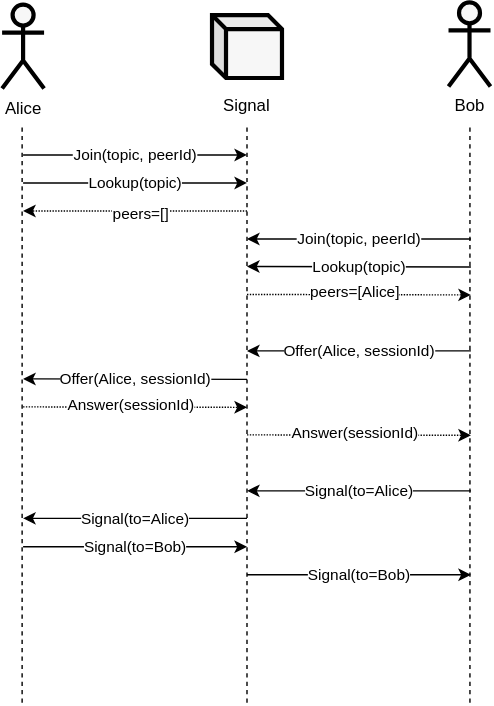
This is docs/design/diagrams/mesh-signaling-sequence.drawio.svg from dxos/dxos, a draw.io export, as it was before one commit. Source tidied: cells renumbered, new cells last; positions are measured from the earlier drawing's top-left corner, leaving out a move shared by most shapes.
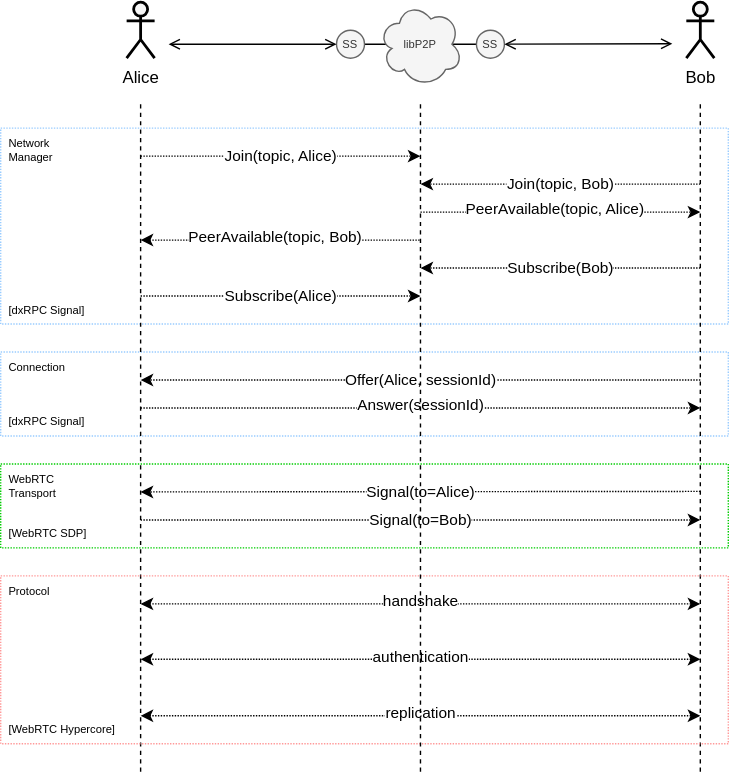
The same diagram one commit later.

The edit, as a diff of the source:
```diff
@@ -2,131 +2,179 @@
   <root>
     <mxCell id="0" />
     <mxCell id="1" parent="0" />
+    <mxCell id="27" value="WebRTC&lt;br&gt;Transport" style="rounded=0;whiteSpace=wrap;html=1;fillColor=none;dashed=1;dashPattern=1 1;align=left;verticalAlign=top;fontSize=8;spacingLeft=4;spacingRight=4;strokeColor=#00CC00;" parent="1" vertex="1">
+      <mxGeometry x="-100" y="330" width="520" height="60" as="geometry" />
+    </mxCell>
+    <mxCell id="28" value="Connection" style="rounded=0;whiteSpace=wrap;html=1;fillColor=none;dashed=1;dashPattern=1 1;align=left;verticalAlign=top;fontSize=8;spacingLeft=4;spacingRight=4;strokeColor=#99CCFF;" parent="1" vertex="1">
+      <mxGeometry x="-100" y="250" width="520" height="60" as="geometry" />
+    </mxCell>
+    <mxCell id="29" value="Network&lt;br&gt;Manager" style="rounded=0;whiteSpace=wrap;html=1;fillColor=none;dashed=1;dashPattern=1 1;align=left;verticalAlign=top;fontSize=8;spacingLeft=4;spacingRight=4;strokeColor=#99CCFF;" parent="1" vertex="1">
+      <mxGeometry x="-100" y="90" width="520" height="140" as="geometry" />
+    </mxCell>
-    <mxCell id="2" value="Alice" style="shape=umlActor;verticalLabelPosition=bottom;verticalAlign=top;html=1;strokeWidth=3;fillColor=#F7F7F7;" parent="1" vertex="1">
-      <mxGeometry y="1.5" width="30" height="60" as="geometry" />
+    <mxCell id="2" value="Alice" style="shape=umlActor;verticalLabelPosition=bottom;verticalAlign=top;html=1;strokeWidth=2;fillColor=#F7F7F7;" parent="1" vertex="1">
+      <mxGeometry x="-10" width="20" height="40" as="geometry" />
     </mxCell>
-    <mxCell id="3" style="shape=cube;whiteSpace=wrap;html=1;boundedLbl=1;backgroundOutline=1;darkOpacity=0.05;darkOpacity2=0.1;strokeWidth=3;fillColor=#F7F7F7;size=10;" parent="1" vertex="1">
-      <mxGeometry x="150" y="9" width="50" height="45" as="geometry" />
-    </mxCell>
-    <mxCell id="4" value="Signal" style="text;html=1;strokeColor=none;fillColor=none;align=center;verticalAlign=middle;whiteSpace=wrap;rounded=0;" parent="1" vertex="1">
-      <mxGeometry x="145" y="59" width="60" height="30" as="geometry" />
-    </mxCell>
-    <mxCell id="5" value="Bob" style="shape=umlActor;verticalLabelPosition=bottom;verticalAlign=top;html=1;strokeWidth=3;fillColor=#F7F7F7;" parent="1" vertex="1">
-      <mxGeometry x="319" width="30" height="60" as="geometry" />
+    <mxCell id="5" value="Bob" style="shape=umlActor;verticalLabelPosition=bottom;verticalAlign=top;html=1;strokeWidth=2;fillColor=#F7F7F7;" parent="1" vertex="1">
+      <mxGeometry x="390" width="20" height="40" as="geometry" />
     </mxCell>
     <mxCell id="6" style="endArrow=none;dashed=1;html=1;rounded=0;strokeWidth=1;" parent="1" edge="1">
       <mxGeometry relative="1" as="geometry">
-        <mxPoint x="14.3" y="500.4" as="sourcePoint" />
-        <mxPoint x="14.3" y="89" as="targetPoint" />
+        <mxPoint y="550" as="sourcePoint" />
+        <mxPoint y="70" as="targetPoint" />
       </mxGeometry>
     </mxCell>
-    <mxCell id="7" style="endArrow=none;dashed=1;html=1;rounded=0;strokeWidth=1;" parent="1" edge="1">
-      <mxGeometry relative="1" as="geometry">
-        <mxPoint x="175" y="500.4" as="sourcePoint" />
-        <mxPoint x="175" y="89" as="targetPoint" />
-      </mxGeometry>
-    </mxCell>
     <mxCell id="8" style="endArrow=none;dashed=1;html=1;rounded=0;strokeWidth=1;" parent="1" edge="1">
       <mxGeometry relative="1" as="geometry">
-        <mxPoint x="334.3" y="500.4" as="sourcePoint" />
-        <mxPoint x="334.3" y="89" as="targetPoint" />
+        <mxPoint x="400" y="550" as="sourcePoint" />
+        <mxPoint x="400" y="70" as="targetPoint" />
       </mxGeometry>
     </mxCell>
-    <mxCell id="9" value="Join(topic, peerId)" style="endArrow=classic;html=1;rounded=0;strokeWidth=1;" parent="1" edge="1">
+    <mxCell id="9" value="Join(topic, Alice)" style="endArrow=classic;html=1;rounded=0;strokeWidth=1;dashed=1;dashPattern=1 1;" parent="1" edge="1">
       <mxGeometry relative="1" as="geometry">
-        <mxPoint x="15" y="109" as="sourcePoint" />
-        <mxPoint x="175" y="109" as="targetPoint" />
+        <mxPoint y="110" as="sourcePoint" />
+        <mxPoint x="200" y="110" as="targetPoint" />
       </mxGeometry>
     </mxCell>
-    <mxCell id="10" value="Join(topic, peerId)" style="endArrow=classic;html=1;rounded=0;strokeWidth=1;" parent="1" edge="1">
+    <mxCell id="10" value="Join(topic, Bob)" style="endArrow=classic;html=1;rounded=0;strokeWidth=1;dashed=1;dashPattern=1 1;" parent="1" edge="1">
       <mxGeometry relative="1" as="geometry">
-        <mxPoint x="335" y="169" as="sourcePoint" />
-        <mxPoint x="175" y="169" as="targetPoint" />
+        <mxPoint x="400" y="130" as="sourcePoint" />
+        <mxPoint x="200" y="130" as="targetPoint" />
       </mxGeometry>
     </mxCell>
-    <mxCell id="11" value="Lookup(topic)" style="endArrow=classic;html=1;rounded=0;strokeWidth=1;" parent="1" edge="1">
-      <mxGeometry relative="1" as="geometry">
-        <mxPoint x="15" y="129" as="sourcePoint" />
-        <mxPoint x="175" y="129" as="targetPoint" />
-      </mxGeometry>
-    </mxCell>
-    <mxCell id="12" style="endArrow=classic;html=1;rounded=0;strokeWidth=1;dashed=1;dashPattern=1 1;" parent="1" edge="1">
-      <mxGeometry relative="1" as="geometry">
-        <mxPoint x="175" y="149" as="sourcePoint" />
-        <mxPoint x="15" y="149" as="targetPoint" />
-      </mxGeometry>
-    </mxCell>
-    <mxCell id="13" value="peers=[]" style="edgeLabel;html=1;align=center;verticalAlign=middle;" parent="12" vertex="1">
-      <mxGeometry x="-0.05" y="2" relative="1" as="geometry" />
-    </mxCell>
-    <mxCell id="14" value="Lookup(topic)" style="endArrow=classic;html=1;rounded=0;strokeWidth=1;" parent="1" edge="1">
-      <mxGeometry relative="1" as="geometry">
-        <mxPoint x="335" y="189" as="sourcePoint" />
-        <mxPoint x="175" y="188.7" as="targetPoint" />
-      </mxGeometry>
-    </mxCell>
     <mxCell id="15" style="endArrow=classic;html=1;rounded=0;strokeWidth=1;dashed=1;dashPattern=1 1;" parent="1" edge="1">
       <mxGeometry relative="1" as="geometry">
-        <mxPoint x="175" y="208.7" as="sourcePoint" />
-        <mxPoint x="335" y="209" as="targetPoint" />
+        <mxPoint x="200" y="150" as="sourcePoint" />
+        <mxPoint x="400" y="150" as="targetPoint" />
       </mxGeometry>
     </mxCell>
-    <mxCell id="16" value="peers=[Alice]" style="edgeLabel;html=1;align=center;verticalAlign=middle;" parent="15" vertex="1">
+    <mxCell id="16" value="PeerAvailable(topic, Alice)" style="edgeLabel;html=1;align=center;verticalAlign=middle;" parent="15" vertex="1">
       <mxGeometry x="-0.05" y="2" relative="1" as="geometry" />
     </mxCell>
-    <mxCell id="17" value="Offer(Alice, sessionId)" style="endArrow=classic;html=1;rounded=0;strokeWidth=1;" parent="1" edge="1">
+    <mxCell id="17" value="Offer(Alice, sessionId)" style="endArrow=classic;html=1;rounded=0;strokeWidth=1;dashed=1;dashPattern=1 1;" parent="1" edge="1">
       <mxGeometry relative="1" as="geometry">
-        <mxPoint x="335" y="249" as="sourcePoint" />
-        <mxPoint x="175" y="249" as="targetPoint" />
+        <mxPoint x="400" y="270" as="sourcePoint" />
+        <mxPoint y="270" as="targetPoint" />
       </mxGeometry>
     </mxCell>
-    <mxCell id="18" value="Offer(Alice, sessionId)" style="endArrow=classic;html=1;rounded=0;strokeWidth=1;" parent="1" edge="1">
-      <mxGeometry relative="1" as="geometry">
-        <mxPoint x="175" y="269.3" as="sourcePoint" />
-        <mxPoint x="15" y="269" as="targetPoint" />
-      </mxGeometry>
-    </mxCell>
     <mxCell id="19" style="endArrow=classic;html=1;rounded=0;strokeWidth=1;dashed=1;dashPattern=1 1;" parent="1" edge="1">
       <mxGeometry relative="1" as="geometry">
-        <mxPoint x="15" y="289" as="sourcePoint" />
-        <mxPoint x="175" y="289.3" as="targetPoint" />
+        <mxPoint y="290" as="sourcePoint" />
+        <mxPoint x="400" y="290" as="targetPoint" />
       </mxGeometry>
     </mxCell>
     <mxCell id="20" value="Answer(sessionId)" style="edgeLabel;html=1;align=center;verticalAlign=middle;" parent="19" vertex="1">
-      <mxGeometry x="-0.05" y="2" relative="1" as="geometry" />
+      <mxGeometry x="-0.05" y="2" relative="1" as="geometry">
+        <mxPoint x="10" as="offset" />
+      </mxGeometry>
     </mxCell>
-    <mxCell id="21" style="endArrow=classic;html=1;rounded=0;strokeWidth=1;dashed=1;dashPattern=1 1;" parent="1" edge="1">
-      <mxGeometry relative="1" as="geometry">
-        <mxPoint x="175" y="309" as="sourcePoint" />
-        <mxPoint x="335" y="309.3" as="targetPoint" />
-      </mxGeometry>
-    </mxCell>
-    <mxCell id="22" value="Answer(sessionId)" style="edgeLabel;html=1;align=center;verticalAlign=middle;" parent="21" vertex="1">
-      <mxGeometry x="-0.05" y="2" relative="1" as="geometry" />
-    </mxCell>
-    <mxCell id="23" value="Signal(to=Alice)" style="endArrow=classic;html=1;rounded=0;strokeWidth=1;" parent="1" edge="1">
+    <mxCell id="23" value="Signal(to=Alice)" style="endArrow=classic;html=1;rounded=0;strokeWidth=1;dashed=1;dashPattern=1 1;" parent="1" edge="1">
       <mxGeometry relative="1" as="geometry">
-        <mxPoint x="335" y="349" as="sourcePoint" />
-        <mxPoint x="175" y="349" as="targetPoint" />
+        <mxPoint x="400" y="349.6" as="sourcePoint" />
+        <mxPoint y="350" as="targetPoint" />
       </mxGeometry>
     </mxCell>
-    <mxCell id="24" value="Signal(to=Alice)" style="endArrow=classic;html=1;rounded=0;strokeWidth=1;" parent="1" edge="1">
-      <mxGeometry relative="1" as="geometry">
-        <mxPoint x="175" y="368.7" as="sourcePoint" />
-        <mxPoint x="15" y="368.7" as="targetPoint" />
-      </mxGeometry>
-    </mxCell>
-    <mxCell id="25" value="Signal(to=Bob)" style="endArrow=classic;html=1;rounded=0;strokeWidth=1;" parent="1" edge="1">
-      <mxGeometry relative="1" as="geometry">
-        <mxPoint x="15" y="389" as="sourcePoint" />
-        <mxPoint x="175" y="389" as="targetPoint" />
-      </mxGeometry>
-    </mxCell>
-    <mxCell id="26" value="Signal(to=Bob)" style="endArrow=classic;html=1;rounded=0;strokeWidth=1;" parent="1" edge="1">
+    <mxCell id="26" value="Signal(to=Bob)" style="endArrow=classic;html=1;rounded=0;strokeWidth=1;dashed=1;dashPattern=1 1;" parent="1" edge="1">
       <mxGeometry relative="1" as="geometry">
-        <mxPoint x="175" y="409" as="sourcePoint" />
-        <mxPoint x="335" y="409" as="targetPoint" />
+        <mxPoint y="370" as="sourcePoint" />
+        <mxPoint x="400" y="370" as="targetPoint" />
       </mxGeometry>
     </mxCell>
+    <mxCell id="30" style="endArrow=none;html=1;rounded=0;strokeWidth=1;dashed=1;dashPattern=1 1;startArrow=classic;startFill=1;endFill=0;" parent="1" edge="1">
+      <mxGeometry relative="1" as="geometry">
+        <mxPoint y="170" as="sourcePoint" />
+        <mxPoint x="200" y="170" as="targetPoint" />
+      </mxGeometry>
+    </mxCell>
+    <mxCell id="31" value="PeerAvailable(topic, Bob)" style="edgeLabel;html=1;align=center;verticalAlign=middle;" parent="30" vertex="1">
+      <mxGeometry x="-0.05" y="2" relative="1" as="geometry" />
+    </mxCell>
+    <mxCell id="32" value="Subscribe(Bob)" style="endArrow=classic;html=1;rounded=0;strokeWidth=1;dashed=1;dashPattern=1 1;" parent="1" edge="1">
+      <mxGeometry relative="1" as="geometry">
+        <mxPoint x="400" y="190" as="sourcePoint" />
+        <mxPoint x="200" y="190" as="targetPoint" />
+      </mxGeometry>
+    </mxCell>
+    <mxCell id="33" value="Subscribe(Alice)" style="endArrow=classic;html=1;rounded=0;strokeWidth=1;dashed=1;dashPattern=1 1;" parent="1" edge="1">
+      <mxGeometry relative="1" as="geometry">
+        <mxPoint y="210" as="sourcePoint" />
+        <mxPoint x="200" y="210" as="targetPoint" />
+      </mxGeometry>
+    </mxCell>
+    <mxCell id="34" value="Protocol" style="rounded=0;whiteSpace=wrap;html=1;fillColor=none;dashed=1;dashPattern=1 1;align=left;verticalAlign=top;fontSize=8;spacingLeft=4;spacingRight=4;strokeColor=#FF9999;" parent="1" vertex="1">
+      <mxGeometry x="-100" y="410" width="520" height="120" as="geometry" />
+    </mxCell>
+    <mxCell id="35" style="endArrow=classic;html=1;rounded=0;strokeWidth=1;dashed=1;dashPattern=1 1;startArrow=classic;startFill=1;" parent="1" edge="1">
+      <mxGeometry relative="1" as="geometry">
+        <mxPoint y="430" as="sourcePoint" />
+        <mxPoint x="400" y="430" as="targetPoint" />
+      </mxGeometry>
+    </mxCell>
+    <mxCell id="36" value="handshake" style="edgeLabel;html=1;align=center;verticalAlign=middle;" parent="35" vertex="1">
+      <mxGeometry x="-0.05" y="2" relative="1" as="geometry">
+        <mxPoint x="10" as="offset" />
+      </mxGeometry>
+    </mxCell>
+    <mxCell id="37" style="endArrow=classic;html=1;rounded=0;strokeWidth=1;dashed=1;dashPattern=1 1;startArrow=classic;startFill=1;" parent="1" edge="1">
+      <mxGeometry relative="1" as="geometry">
+        <mxPoint y="469.6" as="sourcePoint" />
+        <mxPoint x="400" y="469.6" as="targetPoint" />
+      </mxGeometry>
+    </mxCell>
+    <mxCell id="38" value="authentication" style="edgeLabel;html=1;align=center;verticalAlign=middle;" parent="37" vertex="1">
+      <mxGeometry x="-0.05" y="2" relative="1" as="geometry">
+        <mxPoint x="10" as="offset" />
+      </mxGeometry>
+    </mxCell>
+    <mxCell id="39" style="endArrow=classic;html=1;rounded=0;strokeWidth=1;dashed=1;dashPattern=1 1;startArrow=classic;startFill=1;" parent="1" edge="1">
+      <mxGeometry relative="1" as="geometry">
+        <mxPoint y="510" as="sourcePoint" />
+        <mxPoint x="400" y="510" as="targetPoint" />
+      </mxGeometry>
+    </mxCell>
+    <mxCell id="40" value="replication" style="edgeLabel;html=1;align=center;verticalAlign=middle;" parent="39" vertex="1">
+      <mxGeometry x="-0.05" y="2" relative="1" as="geometry">
+        <mxPoint x="10" as="offset" />
+      </mxGeometry>
+    </mxCell>
+    <mxCell id="41" value="&lt;span style=&quot;color: rgb(0 , 0 , 0) ; font-family: &amp;#34;helvetica&amp;#34; ; font-size: 8px ; font-style: normal ; font-weight: 400 ; letter-spacing: normal ; text-indent: 0px ; text-transform: none ; word-spacing: 0px ; background-color: rgb(255 , 255 , 255) ; display: inline ; float: none&quot;&gt;[WebRTC SDP]&lt;/span&gt;" style="rounded=0;whiteSpace=wrap;html=1;dashed=1;dashPattern=1 1;fontSize=8;strokeColor=none;fillColor=none;align=left;spacingLeft=4;spacingRight=4;" parent="1" vertex="1">
+      <mxGeometry x="-100" y="370" width="80" height="20" as="geometry" />
+    </mxCell>
+    <mxCell id="42" value="&lt;span style=&quot;color: rgb(0 , 0 , 0) ; font-family: &amp;#34;helvetica&amp;#34; ; font-size: 8px ; font-style: normal ; font-weight: 400 ; letter-spacing: normal ; text-indent: 0px ; text-transform: none ; word-spacing: 0px ; background-color: rgb(255 , 255 , 255) ; display: inline ; float: none&quot;&gt;[dxRPC Signal]&lt;/span&gt;" style="rounded=0;whiteSpace=wrap;html=1;dashed=1;dashPattern=1 1;fontSize=8;strokeColor=none;fillColor=none;align=left;spacingLeft=4;spacingRight=4;" parent="1" vertex="1">
+      <mxGeometry x="-100" y="210" width="80" height="20" as="geometry" />
+    </mxCell>
+    <mxCell id="43" value="&lt;span style=&quot;color: rgb(0 , 0 , 0) ; font-family: &amp;#34;helvetica&amp;#34; ; font-size: 8px ; font-style: normal ; font-weight: 400 ; letter-spacing: normal ; text-indent: 0px ; text-transform: none ; word-spacing: 0px ; background-color: rgb(255 , 255 , 255) ; display: inline ; float: none&quot;&gt;[dxRPC Signal]&lt;/span&gt;" style="rounded=0;whiteSpace=wrap;html=1;dashed=1;dashPattern=1 1;fontSize=8;strokeColor=none;fillColor=none;align=left;spacingLeft=4;spacingRight=4;" parent="1" vertex="1">
+      <mxGeometry x="-100" y="290" width="80" height="20" as="geometry" />
+    </mxCell>
+    <mxCell id="44" value="&lt;span style=&quot;color: rgb(0 , 0 , 0) ; font-family: &amp;#34;helvetica&amp;#34; ; font-size: 8px ; font-style: normal ; font-weight: 400 ; letter-spacing: normal ; text-indent: 0px ; text-transform: none ; word-spacing: 0px ; background-color: rgb(255 , 255 , 255) ; display: inline ; float: none&quot;&gt;[WebRTC Hypercore]&lt;/span&gt;" style="rounded=0;whiteSpace=wrap;html=1;dashed=1;dashPattern=1 1;fontSize=8;strokeColor=none;fillColor=none;align=left;spacingLeft=4;spacingRight=4;" parent="1" vertex="1">
+      <mxGeometry x="-100" y="510" width="100" height="20" as="geometry" />
+    </mxCell>
+    <mxCell id="45" style="edgeStyle=none;html=1;exitX=1;exitY=0.5;exitDx=0;exitDy=0;fontSize=8;startArrow=none;startFill=0;endArrow=none;endFill=0;" parent="1" edge="1" source="46" target="47">
+      <mxGeometry relative="1" as="geometry" />
+    </mxCell>
+    <mxCell id="46" value="SS" style="ellipse;whiteSpace=wrap;html=1;fontSize=8;strokeColor=#666666;fillColor=#f5f5f5;fontColor=#333333;" parent="1" vertex="1">
+      <mxGeometry x="140" y="20" width="20" height="20" as="geometry" />
+    </mxCell>
+    <mxCell id="47" value="SS" style="ellipse;whiteSpace=wrap;html=1;fontSize=8;strokeColor=#666666;fillColor=#f5f5f5;fontColor=#333333;" parent="1" vertex="1">
+      <mxGeometry x="240" y="20" width="20" height="20" as="geometry" />
+    </mxCell>
+    <mxCell id="48" value="libP2P" style="ellipse;shape=cloud;whiteSpace=wrap;html=1;fillColor=#f5f5f5;fontColor=#333333;strokeColor=#666666;fontSize=8;" parent="1" vertex="1">
+      <mxGeometry x="170" width="60" height="60" as="geometry" />
+    </mxCell>
+    <mxCell id="7" style="endArrow=none;dashed=1;html=1;rounded=0;strokeWidth=1;" parent="1" edge="1">
+      <mxGeometry relative="1" as="geometry">
+        <mxPoint x="200" y="550" as="sourcePoint" />
+        <mxPoint x="200" y="70" as="targetPoint" />
+      </mxGeometry>
+    </mxCell>
+    <mxCell id="49" style="edgeStyle=none;html=1;fontSize=8;startArrow=open;startFill=0;endArrow=open;endFill=0;" parent="1" edge="1" target="46">
+      <mxGeometry relative="1" as="geometry">
+        <mxPoint x="20" y="30" as="sourcePoint" />
+      </mxGeometry>
+    </mxCell>
+    <mxCell id="50" style="edgeStyle=none;html=1;fontSize=8;startArrow=open;startFill=0;endArrow=open;endFill=0;" parent="1" edge="1" source="47">
+      <mxGeometry relative="1" as="geometry">
+        <mxPoint x="380" y="29.7" as="targetPoint" />
+      </mxGeometry>
+    </mxCell>
   </root>
 </mxGraphModel>
```
